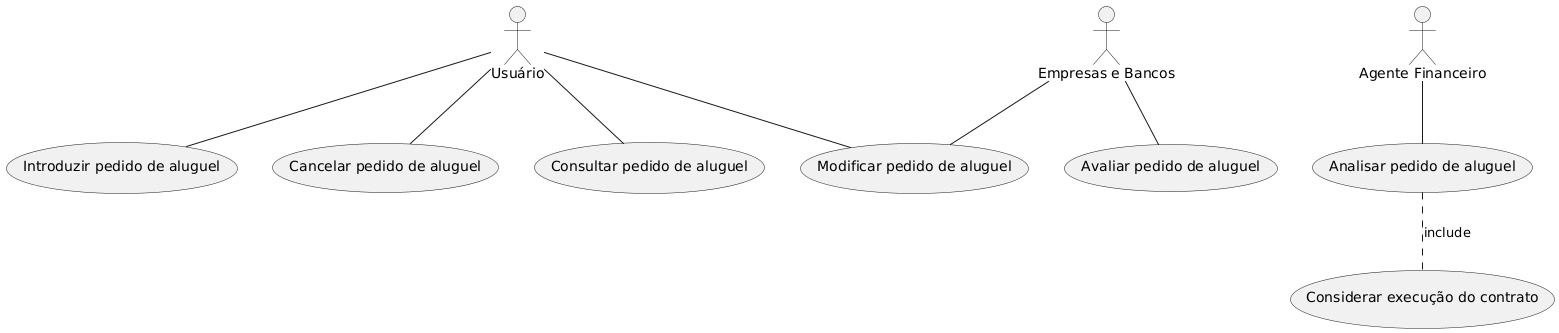
This is project/img/useCaseDiagram.png from RafaMtF/LDS-Lab02, a PlantUML export, as it was before one commit. Its diagram source:
```plantuml
@startuml
:Usuário: as U
:Empresas e Bancos: as EB
:Agente Financeiro: as AF

(Introduzir pedido de aluguel) as IntroPedido
(Cancelar pedido de aluguel) as CancelarPedido
(Consultar pedido de aluguel) as ConsultarPedido
(Modificar pedido de aluguel) as ModificarPedido

(Avaliar pedido de aluguel) as AvaliarPedido

(Analisar pedido de aluguel) as AnalisarPedido

(Considerar execução do contrato) as ConsultarViabilidade

U -- IntroPedido
U -- CancelarPedido
U -- ConsultarPedido
U -- ModificarPedido
EB -- ModificarPedido
EB -- AvaliarPedido
AF --  AnalisarPedido
AnalisarPedido .. ConsultarViabilidade : include
@enduml
```
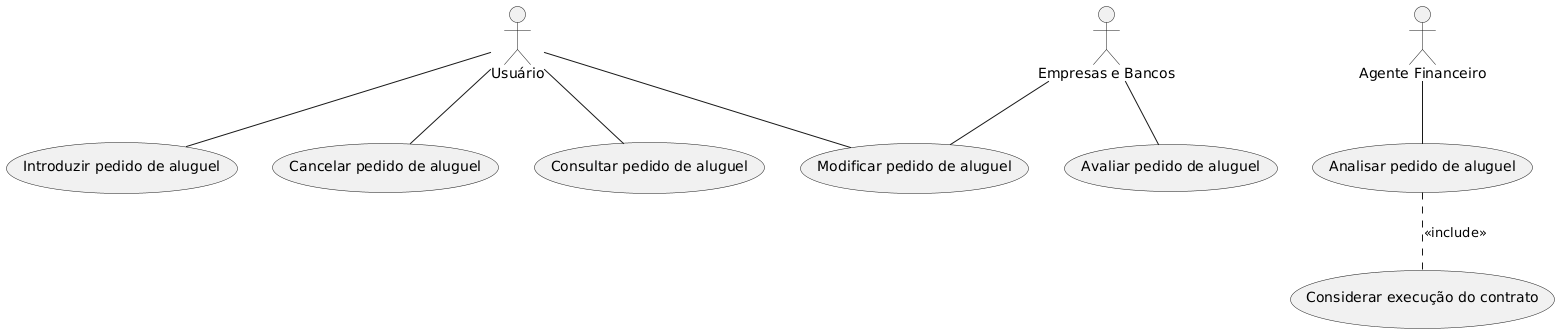
The same diagram one commit later.

What changed in the source:
```diff
@@ -21,5 +21,5 @@
 EB -- ModificarPedido
 EB -- AvaliarPedido
 AF --  AnalisarPedido
-AnalisarPedido .. ConsultarViabilidade : include
+AnalisarPedido .. ConsultarViabilidade : <<include>>
 @enduml
```
